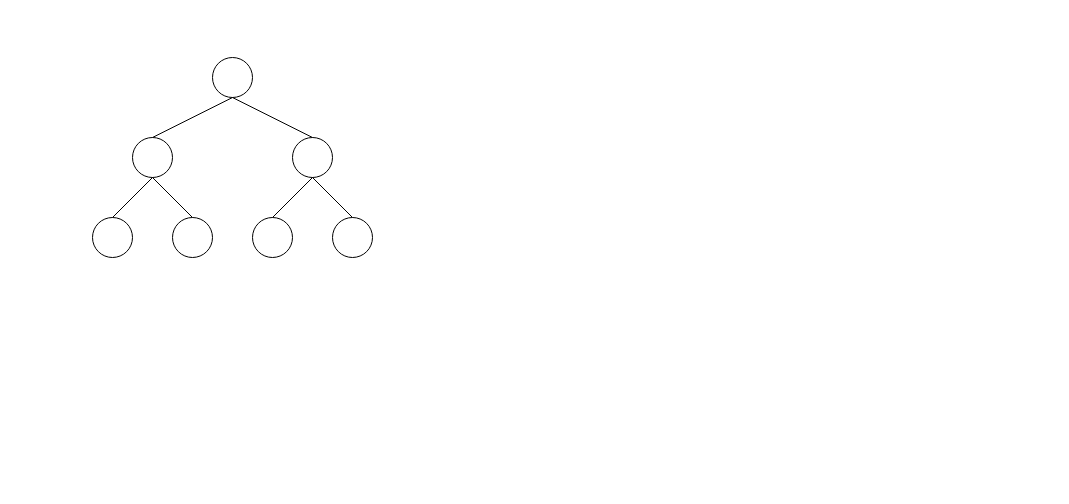
Earlier version of the draw.io diagram xgboost_predict.drawio (sophsticate/drawio). Source tidied: cells renumbered, new cells numbered last; positions are measured from the earlier drawing's top-left corner, leaving out a move shared by most shapes. Both pictures are drawn from the tidied source at 100%, with x=0, y=0 at pixel (92, 57).
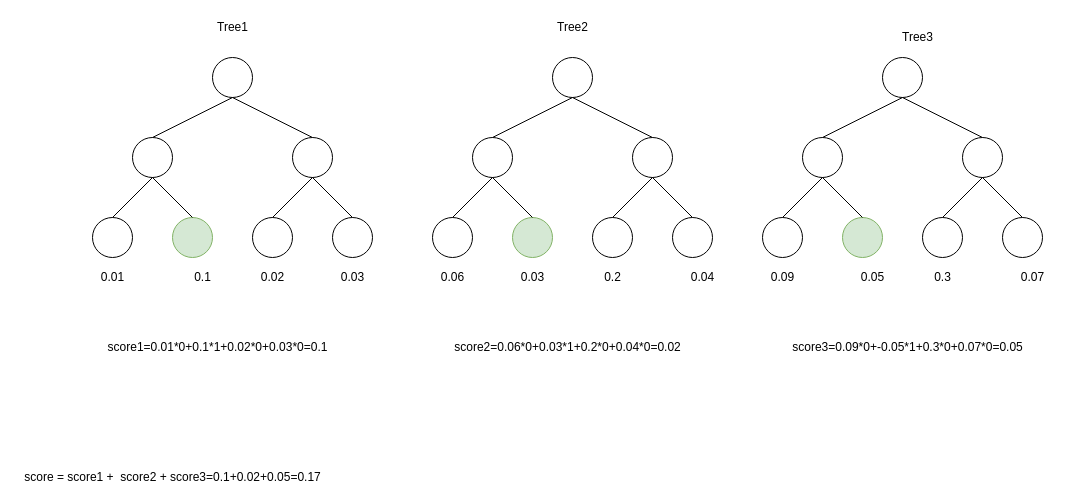
Above is the later version.

What changed in the source:
```diff
@@
-    <mxCell id="6" style="ellipse;whiteSpace=wrap;html=1;" parent="1" vertex="1">
+    <mxCell id="6" style="ellipse;whiteSpace=wrap;html=1;fillColor=#d5e8d4;strokeColor=#82b366;" parent="1" vertex="1">
       <mxGeometry x="80" y="160" width="40" height="40" as="geometry" />
     </mxCell>
@@
+    <mxCell id="15" style="ellipse;whiteSpace=wrap;html=1;" parent="1" vertex="1">
+      <mxGeometry x="460" width="40" height="40" as="geometry" />
+    </mxCell>
+    <mxCell id="16" style="ellipse;whiteSpace=wrap;html=1;" parent="1" vertex="1">
+      <mxGeometry x="380" y="80" width="40" height="40" as="geometry" />
+    </mxCell>
+    <mxCell id="17" style="ellipse;whiteSpace=wrap;html=1;" parent="1" vertex="1">
+      <mxGeometry x="540" y="80" width="40" height="40" as="geometry" />
+    </mxCell>
+    <mxCell id="18" style="ellipse;whiteSpace=wrap;html=1;" parent="1" vertex="1">
+      <mxGeometry x="340" y="160" width="40" height="40" as="geometry" />
+    </mxCell>
+    <mxCell id="19" style="ellipse;whiteSpace=wrap;html=1;fillColor=#d5e8d4;strokeColor=#82b366;" parent="1" vertex="1">
+      <mxGeometry x="420" y="160" width="40" height="40" as="geometry" />
+    </mxCell>
+    <mxCell id="20" style="ellipse;whiteSpace=wrap;html=1;" parent="1" vertex="1">
+      <mxGeometry x="500" y="160" width="40" height="40" as="geometry" />
+    </mxCell>
+    <mxCell id="21" style="ellipse;whiteSpace=wrap;html=1;" parent="1" vertex="1">
+      <mxGeometry x="580" y="160" width="40" height="40" as="geometry" />
+    </mxCell>
+    <mxCell id="22" style="endArrow=none;html=1;rounded=0;strokeColor=default;entryX=0.5;entryY=1;entryDx=0;entryDy=0;exitX=0.5;exitY=0;exitDx=0;exitDy=0;" parent="1" edge="1" source="16" target="15">
+      <mxGeometry relative="1" as="geometry" />
+    </mxCell>
+    <mxCell id="23" style="endArrow=none;html=1;rounded=0;strokeColor=default;entryX=0.5;entryY=1;entryDx=0;entryDy=0;exitX=0.5;exitY=0;exitDx=0;exitDy=0;" parent="1" edge="1" source="17" target="15">
+      <mxGeometry relative="1" as="geometry" />
+    </mxCell>
+    <mxCell id="24" style="endArrow=none;html=1;rounded=0;strokeColor=default;entryX=0.5;entryY=1;entryDx=0;entryDy=0;exitX=0.5;exitY=0;exitDx=0;exitDy=0;" parent="1" edge="1" source="18" target="16">
+      <mxGeometry relative="1" as="geometry" />
+    </mxCell>
+    <mxCell id="25" style="endArrow=none;html=1;rounded=0;strokeColor=default;entryX=0.5;entryY=0;entryDx=0;entryDy=0;exitX=0.5;exitY=1;exitDx=0;exitDy=0;" parent="1" edge="1" source="16" target="19">
+      <mxGeometry relative="1" as="geometry" />
+    </mxCell>
+    <mxCell id="26" style="endArrow=none;html=1;rounded=0;strokeColor=default;entryX=0.5;entryY=0;entryDx=0;entryDy=0;exitX=0.5;exitY=1;exitDx=0;exitDy=0;" parent="1" edge="1" source="17" target="20">
+      <mxGeometry relative="1" as="geometry" />
+    </mxCell>
+    <mxCell id="27" style="endArrow=none;html=1;rounded=0;strokeColor=default;entryX=0.5;entryY=1;entryDx=0;entryDy=0;exitX=0.5;exitY=0;exitDx=0;exitDy=0;" parent="1" edge="1" source="21" target="17">
+      <mxGeometry relative="1" as="geometry" />
+    </mxCell>
+    <mxCell id="28" style="ellipse;whiteSpace=wrap;html=1;" parent="1" vertex="1">
+      <mxGeometry x="790" width="40" height="40" as="geometry" />
+    </mxCell>
+    <mxCell id="29" style="ellipse;whiteSpace=wrap;html=1;" parent="1" vertex="1">
+      <mxGeometry x="710" y="80" width="40" height="40" as="geometry" />
+    </mxCell>
+    <mxCell id="30" style="ellipse;whiteSpace=wrap;html=1;" parent="1" vertex="1">
+      <mxGeometry x="870" y="80" width="40" height="40" as="geometry" />
+    </mxCell>
+    <mxCell id="31" style="ellipse;whiteSpace=wrap;html=1;" parent="1" vertex="1">
+      <mxGeometry x="670" y="160" width="40" height="40" as="geometry" />
+    </mxCell>
+    <mxCell id="32" style="ellipse;whiteSpace=wrap;html=1;fillColor=#d5e8d4;strokeColor=#82b366;" parent="1" vertex="1">
+      <mxGeometry x="750" y="160" width="40" height="40" as="geometry" />
+    </mxCell>
+    <mxCell id="33" style="ellipse;whiteSpace=wrap;html=1;" parent="1" vertex="1">
+      <mxGeometry x="830" y="160" width="40" height="40" as="geometry" />
+    </mxCell>
+    <mxCell id="34" style="ellipse;whiteSpace=wrap;html=1;" parent="1" vertex="1">
+      <mxGeometry x="910" y="160" width="40" height="40" as="geometry" />
+    </mxCell>
+    <mxCell id="35" style="endArrow=none;html=1;rounded=0;strokeColor=default;entryX=0.5;entryY=1;entryDx=0;entryDy=0;exitX=0.5;exitY=0;exitDx=0;exitDy=0;" parent="1" edge="1" source="29" target="28">
+      <mxGeometry relative="1" as="geometry" />
+    </mxCell>
+    <mxCell id="36" style="endArrow=none;html=1;rounded=0;strokeColor=default;entryX=0.5;entryY=1;entryDx=0;entryDy=0;exitX=0.5;exitY=0;exitDx=0;exitDy=0;" parent="1" edge="1" source="30" target="28">
+      <mxGeometry relative="1" as="geometry" />
+    </mxCell>
+    <mxCell id="37" style="endArrow=none;html=1;rounded=0;strokeColor=default;entryX=0.5;entryY=1;entryDx=0;entryDy=0;exitX=0.5;exitY=0;exitDx=0;exitDy=0;" parent="1" edge="1" source="31" target="29">
+      <mxGeometry relative="1" as="geometry" />
+    </mxCell>
+    <mxCell id="38" style="endArrow=none;html=1;rounded=0;strokeColor=default;entryX=0.5;entryY=0;entryDx=0;entryDy=0;exitX=0.5;exitY=1;exitDx=0;exitDy=0;" parent="1" edge="1" source="29" target="32">
+      <mxGeometry relative="1" as="geometry" />
+    </mxCell>
+    <mxCell id="39" style="endArrow=none;html=1;rounded=0;strokeColor=default;entryX=0.5;entryY=0;entryDx=0;entryDy=0;exitX=0.5;exitY=1;exitDx=0;exitDy=0;" parent="1" edge="1" source="30" target="33">
+      <mxGeometry relative="1" as="geometry" />
+    </mxCell>
+    <mxCell id="40" style="endArrow=none;html=1;rounded=0;strokeColor=default;entryX=0.5;entryY=1;entryDx=0;entryDy=0;exitX=0.5;exitY=0;exitDx=0;exitDy=0;" parent="1" edge="1" source="34" target="30">
+      <mxGeometry relative="1" as="geometry" />
+    </mxCell>
+    <mxCell id="41" value="0.01" style="text;html=1;align=center;verticalAlign=middle;strokeColor=none;fillColor=none;" parent="1" vertex="1">
+      <mxGeometry y="210" width="40" height="20" as="geometry" />
+    </mxCell>
+    <mxCell id="42" value="0.1" style="text;html=1;align=center;verticalAlign=middle;strokeColor=none;fillColor=none;" parent="1" vertex="1">
+      <mxGeometry x="95" y="210" width="30" height="20" as="geometry" />
+    </mxCell>
+    <mxCell id="43" value="0.02" style="text;html=1;align=center;verticalAlign=middle;strokeColor=none;fillColor=none;" parent="1" vertex="1">
+      <mxGeometry x="160" y="210" width="40" height="20" as="geometry" />
+    </mxCell>
+    <mxCell id="44" value="0.03" style="text;html=1;align=center;verticalAlign=middle;strokeColor=none;fillColor=none;" parent="1" vertex="1">
+      <mxGeometry x="240" y="210" width="40" height="20" as="geometry" />
+    </mxCell>
+    <mxCell id="45" value="0.03" style="text;html=1;align=center;verticalAlign=middle;strokeColor=none;fillColor=none;" parent="1" vertex="1">
+      <mxGeometry x="420" y="210" width="40" height="20" as="geometry" />
+    </mxCell>
+    <mxCell id="46" value="0.06" style="text;html=1;align=center;verticalAlign=middle;strokeColor=none;fillColor=none;" parent="1" vertex="1">
+      <mxGeometry x="340" y="210" width="40" height="20" as="geometry" />
+    </mxCell>
+    <mxCell id="47" value="0.2" style="text;html=1;align=center;verticalAlign=middle;strokeColor=none;fillColor=none;" parent="1" vertex="1">
+      <mxGeometry x="505" y="210" width="30" height="20" as="geometry" />
+    </mxCell>
+    <mxCell id="48" value="0.04" style="text;html=1;align=center;verticalAlign=middle;strokeColor=none;fillColor=none;" parent="1" vertex="1">
+      <mxGeometry x="590" y="210" width="40" height="20" as="geometry" />
+    </mxCell>
+    <mxCell id="49" value="0.09" style="text;html=1;align=center;verticalAlign=middle;strokeColor=none;fillColor=none;" parent="1" vertex="1">
+      <mxGeometry x="670" y="210" width="40" height="20" as="geometry" />
+    </mxCell>
+    <mxCell id="50" value="0.05" style="text;html=1;align=center;verticalAlign=middle;strokeColor=none;fillColor=none;" parent="1" vertex="1">
+      <mxGeometry x="760" y="210" width="40" height="20" as="geometry" />
+    </mxCell>
+    <mxCell id="51" value="0.3" style="text;html=1;align=center;verticalAlign=middle;strokeColor=none;fillColor=none;" parent="1" vertex="1">
+      <mxGeometry x="835" y="210" width="30" height="20" as="geometry" />
+    </mxCell>
+    <mxCell id="52" value="0.07" style="text;html=1;align=center;verticalAlign=middle;strokeColor=none;fillColor=none;" parent="1" vertex="1">
+      <mxGeometry x="920" y="210" width="40" height="20" as="geometry" />
+    </mxCell>
+    <mxCell id="53" value="score1=0.01*0+0.1*1+0.02*0+0.03*0=0.1" style="text;html=1;align=center;verticalAlign=middle;strokeColor=none;fillColor=none;" parent="1" vertex="1">
+      <mxGeometry x="5" y="280" width="240" height="20" as="geometry" />
+    </mxCell>
+    <mxCell id="54" value="score2=0.06*0+0.03*1+0.2*0+0.04*0=0.02" style="text;html=1;align=center;verticalAlign=middle;strokeColor=none;fillColor=none;" parent="1" vertex="1">
+      <mxGeometry x="355" y="280" width="240" height="20" as="geometry" />
+    </mxCell>
+    <mxCell id="55" value="score3=0.09*0+-0.05*1+0.3*0+0.07*0=0.05" style="text;html=1;align=center;verticalAlign=middle;strokeColor=none;fillColor=none;" parent="1" vertex="1">
+      <mxGeometry x="690" y="280" width="250" height="20" as="geometry" />
+    </mxCell>
+    <mxCell id="56" value="Tree1" style="text;html=1;align=center;verticalAlign=middle;strokeColor=none;fillColor=none;" parent="1" vertex="1">
+      <mxGeometry x="115" y="-40" width="50" height="20" as="geometry" />
+    </mxCell>
+    <mxCell id="57" value="Tree2" style="text;html=1;align=center;verticalAlign=middle;strokeColor=none;fillColor=none;" parent="1" vertex="1">
+      <mxGeometry x="455" y="-40" width="50" height="20" as="geometry" />
+    </mxCell>
+    <mxCell id="58" value="Tree3" style="text;html=1;align=center;verticalAlign=middle;strokeColor=none;fillColor=none;" parent="1" vertex="1">
+      <mxGeometry x="800" y="-30" width="50" height="20" as="geometry" />
+    </mxCell>
+    <mxCell id="59" value="score = score1 +&amp;nbsp; score2 + score3=0.1+0.02+0.05=0.17" style="text;html=1;align=center;verticalAlign=middle;strokeColor=none;fillColor=none;" parent="1" vertex="1">
+      <mxGeometry x="-75" y="410" width="310" height="20" as="geometry" />
+    </mxCell>
```
